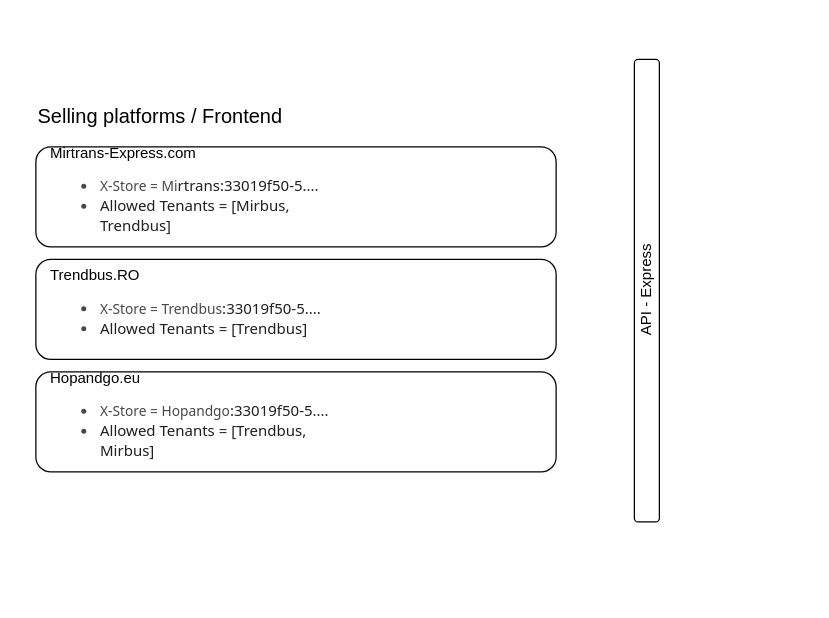
Above: page "Multitenant big concept" (5 of 5) of GBS/GBS_Booking_flow.drawio in maxCheptea/Diagrams (draw.io), before the change. Source tidied: cells renumbered, new cells numbered last; positions are measured from the earlier drawing's top-left corner, leaving out a move shared by most shapes. Both pictures are drawn from the tidied source at 125%, with x=0, y=0 at pixel (21, 21).
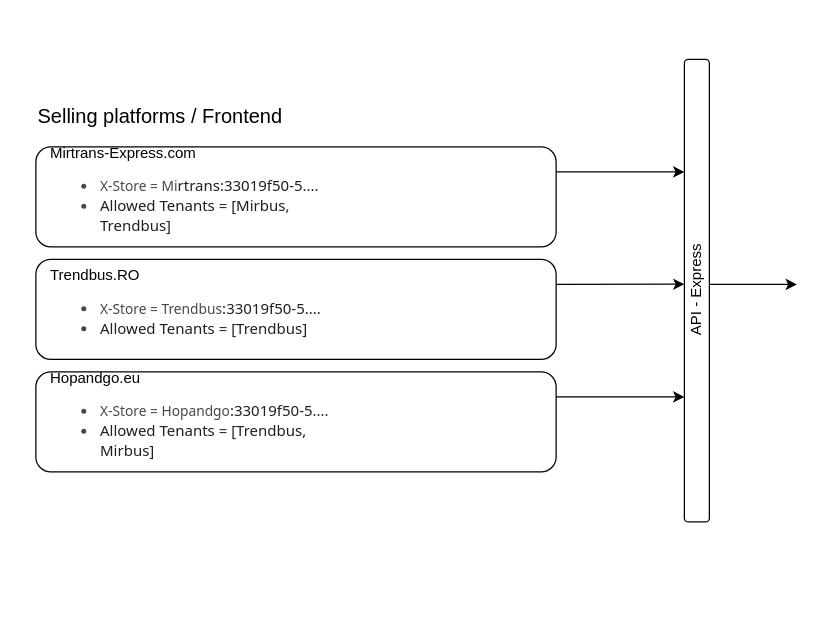
Above is the later version.

The edit, as a diff of the source:
```diff
@@
 <mxGraphModel>
   <root>
     <mxCell id="0" />
     <mxCell id="1" parent="0" />
     <mxCell id="2" style="group;" parent="1" vertex="1">
       <mxGeometry width="450" height="460" as="geometry" />
     </mxCell>
     <mxCell id="3" value="Selling platforms / Frontend" style="text;html=1;align=left;verticalAlign=middle;whiteSpace=wrap;rounded=0;fontSize=16;" parent="2" vertex="1">
       <mxGeometry x="11.2" y="60" width="337.5" height="30" as="geometry" />
     </mxCell>
     <mxCell id="4" value="Mirtrans-Express.com&lt;div&gt;&lt;div style=&quot;font-variant-numeric: normal; font-variant-east-asian: normal; font-variant-alternates: normal; font-size-adjust: none; font-kerning: auto; font-optical-sizing: auto; font-feature-settings: normal; font-variation-settings: normal; font-variant-position: normal; font-variant-emoji: normal; font-stretch: normal; font-size: 11px; line-height: 16px; font-family: &amp;quot;Google Sans Text&amp;quot;, &amp;quot;Google Sans&amp;quot;, system-ui, sans-serif; color: rgb(71, 71, 71); width: 240px; min-width: 160px; max-width: 240px; flex-shrink: 0; text-transform: capitalize; overflow-wrap: break-word; background-color: rgb(255, 255, 255);&quot; class=&quot;header-name&quot;&gt;&lt;ul&gt;&lt;li&gt;x-store = mi&lt;span style=&quot;background-color: light-dark(rgb(255, 255, 255), rgb(18, 18, 18)); color: light-dark(rgb(31, 31, 31), rgb(210, 210, 210)); font-size: 12px;&quot;&gt;rtrans:33019f50-5....&lt;/span&gt;&lt;/li&gt;&lt;li&gt;&lt;span style=&quot;background-color: light-dark(rgb(255, 255, 255), rgb(18, 18, 18)); color: light-dark(rgb(31, 31, 31), rgb(210, 210, 210)); font-size: 12px;&quot;&gt;allowed Tenants = [mirbus, Trendbus]&lt;/span&gt;&lt;/li&gt;&lt;/ul&gt;&lt;/div&gt;&lt;/div&gt;" style="rounded=1;whiteSpace=wrap;html=1;align=left;spacingTop=0;spacingLeft=10;" parent="2" vertex="1">
       <mxGeometry x="11.2" y="100" width="416.2" height="80" as="geometry" />
     </mxCell>
     <mxCell id="5" value="Trendbus.RO&lt;div&gt;&lt;div style=&quot;font-variant-numeric: normal; font-variant-east-asian: normal; font-variant-alternates: normal; font-size-adjust: none; font-kerning: auto; font-optical-sizing: auto; font-feature-settings: normal; font-variation-settings: normal; font-variant-position: normal; font-variant-emoji: normal; font-stretch: normal; font-size: 11px; line-height: 16px; font-family: &amp;quot;Google Sans Text&amp;quot;, &amp;quot;Google Sans&amp;quot;, system-ui, sans-serif; color: rgb(71, 71, 71); width: 240px; min-width: 160px; max-width: 240px; flex-shrink: 0; text-transform: capitalize; overflow-wrap: break-word; background-color: rgb(255, 255, 255);&quot; class=&quot;header-name&quot;&gt;&lt;ul&gt;&lt;li&gt;x-store = trendbus&lt;span style=&quot;background-color: light-dark(rgb(255, 255, 255), rgb(18, 18, 18)); color: light-dark(rgb(31, 31, 31), rgb(210, 210, 210)); font-size: 12px;&quot;&gt;:33019f50-5....&lt;/span&gt;&lt;/li&gt;&lt;li&gt;&lt;span style=&quot;background-color: light-dark(rgb(255, 255, 255), rgb(18, 18, 18)); color: light-dark(rgb(31, 31, 31), rgb(210, 210, 210)); font-size: 12px;&quot;&gt;allowed Tenants = [Trendbus]&lt;/span&gt;&lt;/li&gt;&lt;/ul&gt;&lt;/div&gt;&lt;/div&gt;" style="rounded=1;whiteSpace=wrap;html=1;align=left;spacingTop=0;spacingLeft=10;" parent="2" vertex="1">
       <mxGeometry x="11.2" y="190" width="416.2" height="80" as="geometry" />
     </mxCell>
     <mxCell id="6" value="Hopandgo.eu&lt;div&gt;&lt;div style=&quot;font-variant-numeric: normal; font-variant-east-asian: normal; font-variant-alternates: normal; font-size-adjust: none; font-kerning: auto; font-optical-sizing: auto; font-feature-settings: normal; font-variation-settings: normal; font-variant-position: normal; font-variant-emoji: normal; font-stretch: normal; font-size: 11px; line-height: 16px; font-family: &amp;quot;Google Sans Text&amp;quot;, &amp;quot;Google Sans&amp;quot;, system-ui, sans-serif; color: rgb(71, 71, 71); width: 240px; min-width: 160px; max-width: 240px; flex-shrink: 0; text-transform: capitalize; overflow-wrap: break-word; background-color: rgb(255, 255, 255);&quot; class=&quot;header-name&quot;&gt;&lt;ul&gt;&lt;li&gt;x-store = Hopandgo&lt;span style=&quot;background-color: light-dark(rgb(255, 255, 255), rgb(18, 18, 18)); color: light-dark(rgb(31, 31, 31), rgb(210, 210, 210)); font-size: 12px;&quot;&gt;:33019f50-5....&lt;/span&gt;&lt;/li&gt;&lt;li&gt;&lt;span style=&quot;background-color: light-dark(rgb(255, 255, 255), rgb(18, 18, 18)); color: light-dark(rgb(31, 31, 31), rgb(210, 210, 210)); font-size: 12px;&quot;&gt;allowed Tenants = [Trendbus, mirbus]&lt;/span&gt;&lt;/li&gt;&lt;/ul&gt;&lt;/div&gt;&lt;/div&gt;" style="rounded=1;whiteSpace=wrap;html=1;align=left;spacingTop=0;spacingLeft=10;" parent="2" vertex="1">
       <mxGeometry x="11.2" y="280" width="416.2" height="80" as="geometry" />
     </mxCell>
+    <mxCell id="8" style="endArrow=classic;html=1;rounded=0;exitX=1;exitY=0.5;exitDx=0;exitDy=0;entryX=1;entryY=0.514;entryDx=0;entryDy=0;entryPerimeter=0;" parent="2" edge="1" target="7">
+      <mxGeometry relative="1" as="geometry">
+        <mxPoint x="427.5" y="210" as="sourcePoint" />
+      </mxGeometry>
+    </mxCell>
+    <mxCell id="9" style="endArrow=classic;html=1;rounded=0;exitX=1;exitY=0.5;exitDx=0;exitDy=0;" parent="2" edge="1" target="7">
+      <mxGeometry relative="1" as="geometry">
+        <mxPoint x="427.5" y="300" as="sourcePoint" />
+      </mxGeometry>
+    </mxCell>
     <mxCell id="7" value="API - Express" style="html=1;points=[[0,0,0,0,5],[0,1,0,0,-5],[1,0,0,0,5],[1,1,0,0,-5]];perimeter=orthogonalPerimeter;outlineConnect=0;targetShapes=umlLifeline;portConstraint=eastwest;newEdgeStyle={&quot;curved&quot;:0,&quot;rounded&quot;:0};rounded=1;flipV=0;direction=west;horizontal=0;" parent="1" vertex="1">
-      <mxGeometry x="490" y="30" width="20" height="370" as="geometry" />
+      <mxGeometry x="530" y="30" width="20" height="370" as="geometry" />
     </mxCell>
+    <mxCell id="10" style="endArrow=classic;html=1;rounded=0;exitX=1;exitY=0.5;exitDx=0;exitDy=0;" parent="1" edge="1" target="7">
+      <mxGeometry relative="1" as="geometry">
+        <mxPoint x="427.5" y="120" as="sourcePoint" />
+      </mxGeometry>
+    </mxCell>
+    <mxCell id="11" style="endArrow=classic;html=1;rounded=0;" parent="1" edge="1">
+      <mxGeometry relative="1" as="geometry">
+        <mxPoint x="550" y="210" as="sourcePoint" />
+        <mxPoint x="620" y="210" as="targetPoint" />
+      </mxGeometry>
+    </mxCell>
   </root>
 </mxGraphModel>
```
